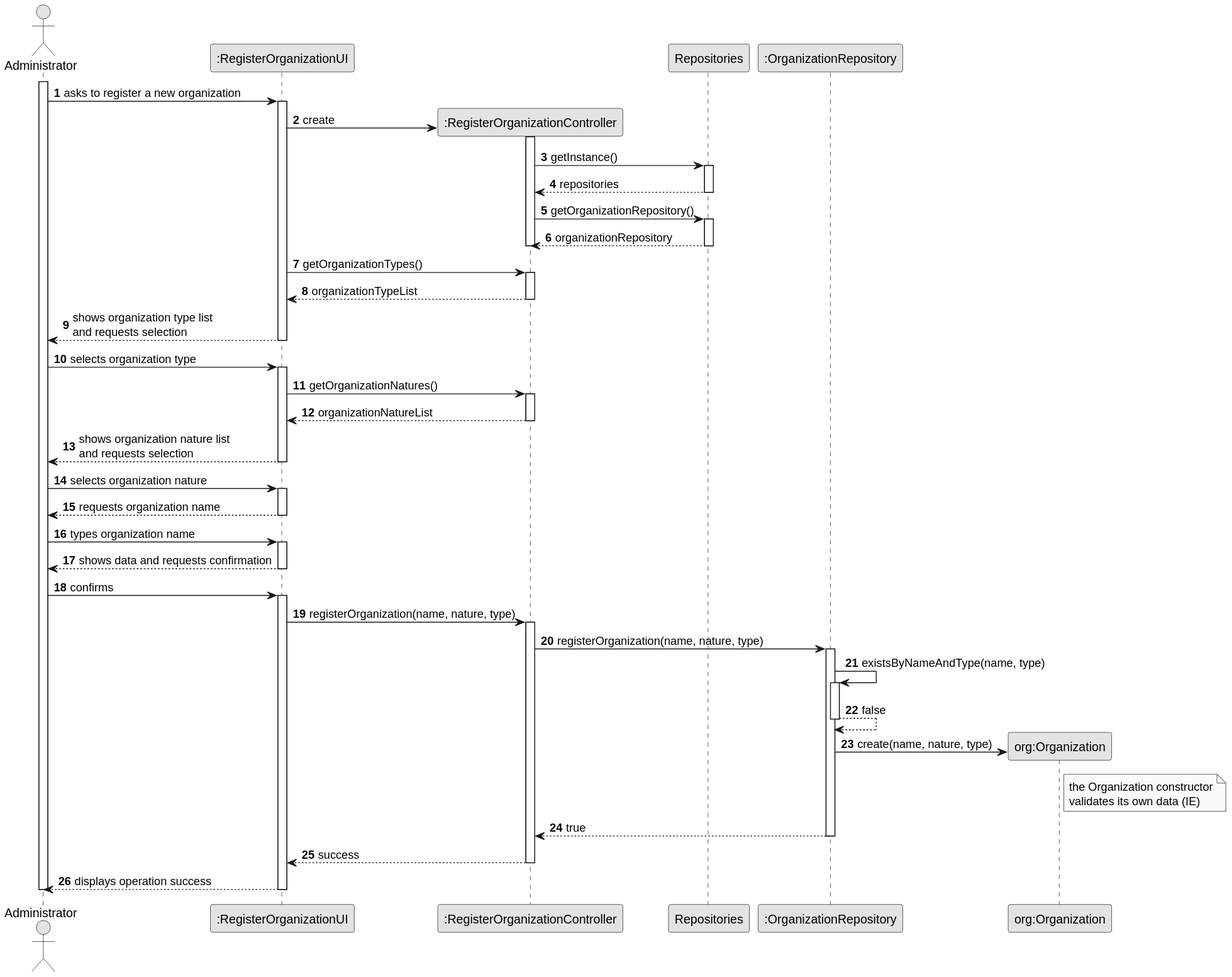
Earlier version of the PlantUML export docs/system-documentation/US04/03.design/svg/US04-SD.svg (brunodspinto/crystal-clear-platform). Its source is kept beside it as docs/system-documentation/US04/03.design/puml/US04-SD.puml.
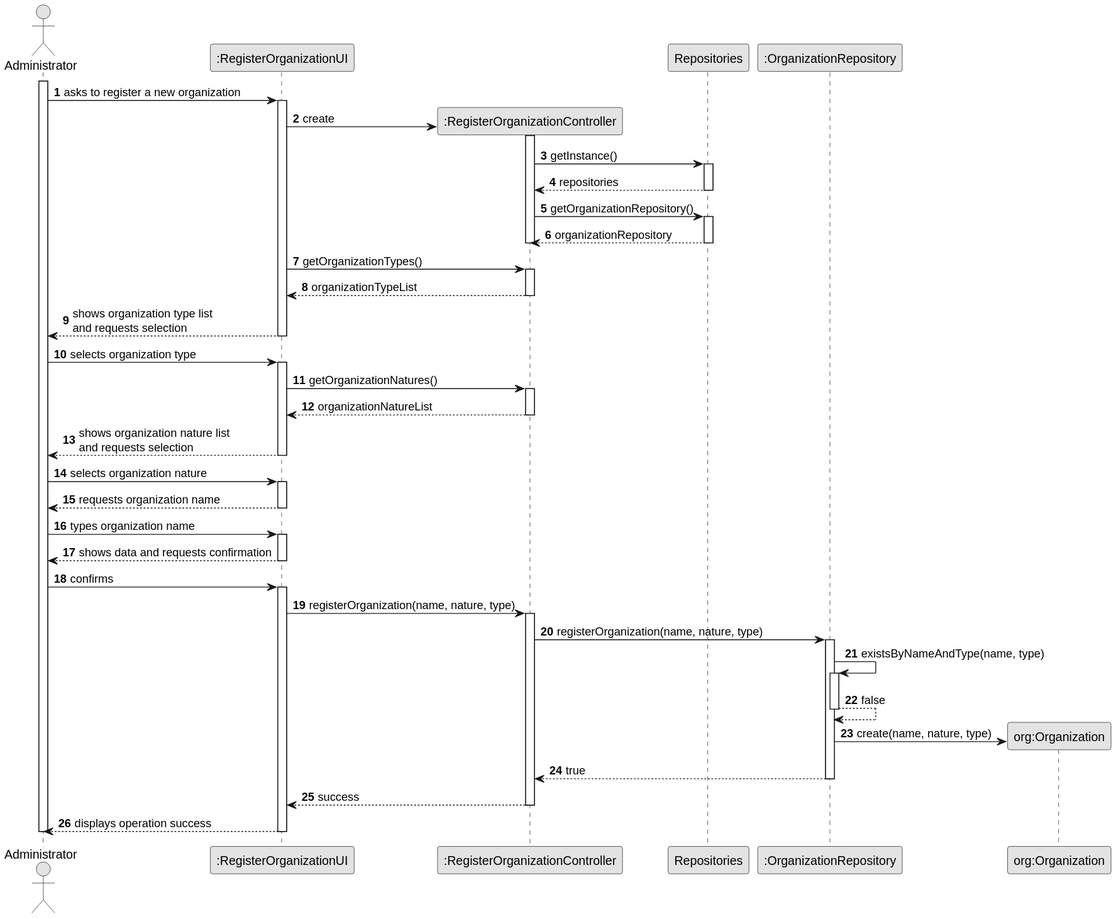
After the change.

The edit, as a diff of the source:
```diff
@@ -73,10 +73,6 @@
                 deactivate REPO
 
                 REPO -> ORG** : create(name, nature, type)
-                note right of ORG
-                    the Organization constructor
-                    validates its own data (IE)
-                end note
 
                 REPO --> CTRL : true
             deactivate REPO
```
